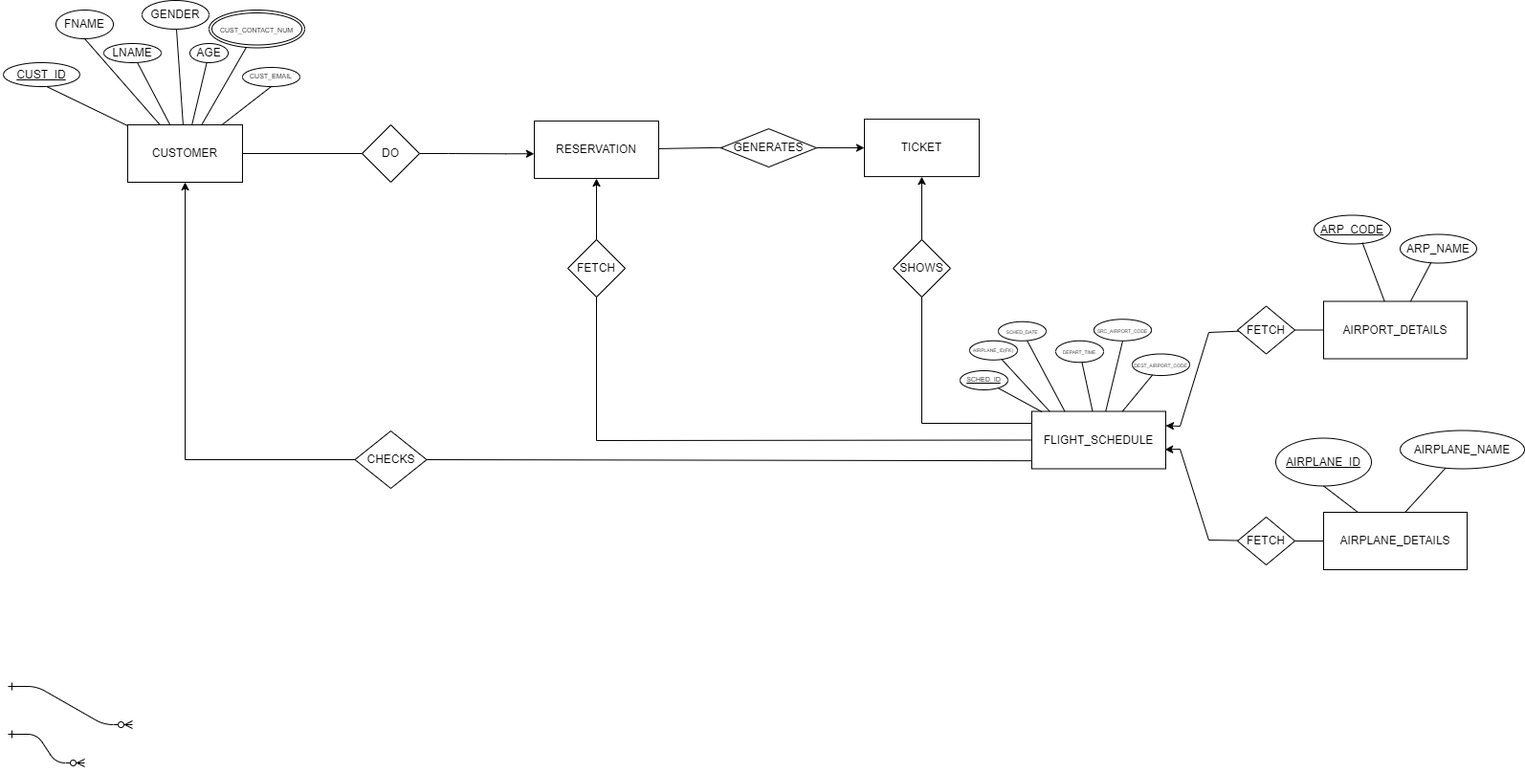
Before: AIRLINE RESERVATION SYSTEM.drawio.png, a diagram exported from draw.io (abhinav162/Diagrams). Source tidied: cells renumbered, new cells last; positions are measured from the earlier drawing's top-left corner, leaving out a move shared by most shapes.
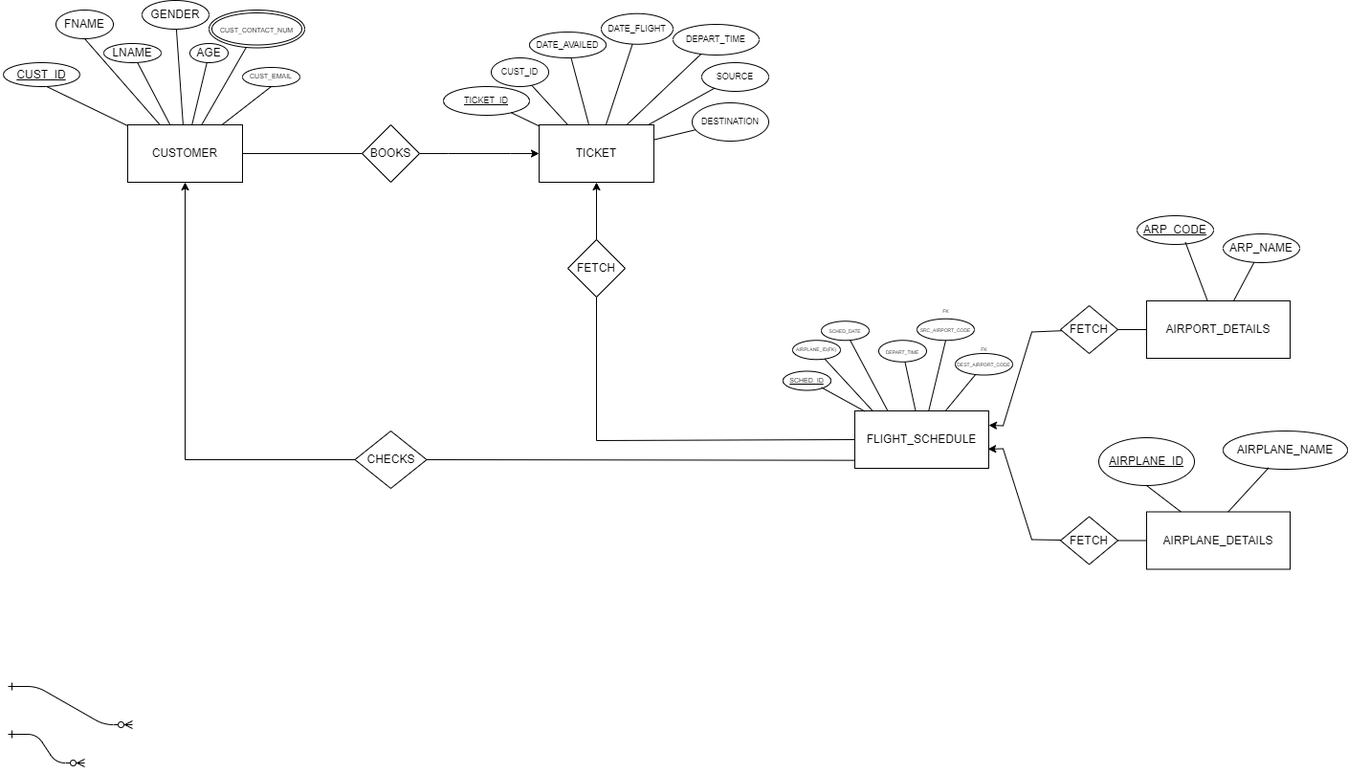
The same diagram one commit later.

The edit, as a diff of the source:
```diff
@@ -18,20 +18,17 @@
       <mxGeometry x="130" y="130" width="120" height="60" as="geometry" />
     </mxCell>
     <mxCell id="5" value="AIRPORT_DETAILS" style="rounded=0;whiteSpace=wrap;html=1;" parent="1" vertex="1">
-      <mxGeometry x="1380" y="314.5" width="150" height="60" as="geometry" />
+      <mxGeometry x="1195" y="314" width="150" height="60" as="geometry" />
     </mxCell>
     <mxCell id="6" value="AIRPLANE_DETAILS" style="rounded=0;whiteSpace=wrap;html=1;" parent="1" vertex="1">
-      <mxGeometry x="1380" y="535" width="150" height="60" as="geometry" />
+      <mxGeometry x="1195" y="534.5" width="150" height="60" as="geometry" />
     </mxCell>
     <mxCell id="7" value="FLIGHT_SCHEDULE" style="rounded=0;whiteSpace=wrap;html=1;" parent="1" vertex="1">
-      <mxGeometry x="1075" y="429.5" width="140" height="60" as="geometry" />
+      <mxGeometry x="890" y="429" width="140" height="60" as="geometry" />
     </mxCell>
     <mxCell id="8" value="TICKET" style="rounded=0;whiteSpace=wrap;html=1;" parent="1" vertex="1">
-      <mxGeometry x="900" y="124.1" width="120" height="60" as="geometry" />
+      <mxGeometry x="560" y="130" width="120" height="60" as="geometry" />
     </mxCell>
-    <mxCell id="9" value="RESERVATION" style="rounded=0;whiteSpace=wrap;html=1;" parent="1" vertex="1">
-      <mxGeometry x="555" y="126.1" width="130" height="60" as="geometry" />
-    </mxCell>
     <mxCell id="10" value="&lt;u&gt;CUST_ID&lt;/u&gt;" style="ellipse;whiteSpace=wrap;html=1;" parent="1" vertex="1">
       <mxGeometry y="65" width="80" height="25" as="geometry" />
     </mxCell>
@@ -48,37 +45,38 @@
       <mxGeometry x="195" y="45" width="40" height="20" as="geometry" />
     </mxCell>
     <mxCell id="15" value="&lt;u&gt;ARP_CODE&lt;/u&gt;" style="ellipse;whiteSpace=wrap;html=1;" parent="1" vertex="1">
-      <mxGeometry x="1370" y="224.5" width="80" height="30" as="geometry" />
+      <mxGeometry x="1185" y="225" width="80" height="30" as="geometry" />
     </mxCell>
     <mxCell id="16" value="ARP_NAME" style="ellipse;whiteSpace=wrap;html=1;" parent="1" vertex="1">
-      <mxGeometry x="1460" y="244.5" width="80" height="30" as="geometry" />
+      <mxGeometry x="1275" y="244" width="80" height="30" as="geometry" />
     </mxCell>
     <mxCell id="17" value="&lt;u&gt;AIRPLANE_ID&lt;br&gt;&lt;/u&gt;" style="ellipse;whiteSpace=wrap;html=1;" parent="1" vertex="1">
-      <mxGeometry x="1330" y="457.5" width="100" height="50" as="geometry" />
+      <mxGeometry x="1145" y="457" width="100" height="50" as="geometry" />
     </mxCell>
     <mxCell id="18" value="AIRPLANE_NAME" style="ellipse;whiteSpace=wrap;html=1;" parent="1" vertex="1">
-      <mxGeometry x="1460" y="449.5" width="130" height="40" as="geometry" />
+      <mxGeometry x="1275" y="450" width="130" height="40" as="geometry" />
     </mxCell>
-    <mxCell id="19" style="edgeStyle=entityRelationEdgeStyle;rounded=0;jettySize=auto;html=1;exitX=1;exitY=0.5;exitDx=0;exitDy=0;entryX=-0.001;entryY=0.57;entryDx=0;entryDy=0;entryPerimeter=0;" parent="1" edge="1" source="20" target="9">
-      <mxGeometry relative="1" as="geometry" />
-    </mxCell>
+    <mxCell id="65" style="edgeStyle=entityRelationEdgeStyle;rounded=0;jettySize=auto;html=1;fontSize=9;" parent="1" edge="1" source="20" target="8">
+      <mxGeometry relative="1" as="geometry" />
+    </mxCell>
-    <mxCell id="20" value="DO" style="rhombus;whiteSpace=wrap;html=1;" parent="1" vertex="1">
+    <mxCell id="20" value="BOOKS" style="rhombus;whiteSpace=wrap;html=1;" parent="1" vertex="1">
       <mxGeometry x="375" y="130" width="60" height="60" as="geometry" />
     </mxCell>
-    <mxCell id="21" value="GENERATES" style="rhombus;whiteSpace=wrap;html=1;" parent="1" vertex="1">
-      <mxGeometry x="750" y="134.1" width="100" height="40" as="geometry" />
-    </mxCell>
     <mxCell id="22" value="CHECKS" style="rhombus;whiteSpace=wrap;html=1;" parent="1" vertex="1">
       <mxGeometry x="367.5" y="450" width="75" height="60" as="geometry" />
     </mxCell>
     <mxCell id="23" style="endArrow=none;html=1;rounded=0;entryX=0.5;entryY=1;entryDx=0;entryDy=0;" parent="1" edge="1" source="6" target="17">
       <mxGeometry relative="1" as="geometry" />
     </mxCell>
-    <mxCell id="24" style="endArrow=none;html=1;rounded=0;exitX=0.569;exitY=-0.002;exitDx=0;exitDy=0;exitPerimeter=0;" parent="1" edge="1" source="6" target="18">
-      <mxGeometry relative="1" as="geometry" />
+    <mxCell id="24" style="endArrow=none;html=1;rounded=0;exitX=0.569;exitY=-0.002;exitDx=0;exitDy=0;exitPerimeter=0;" parent="1" edge="1" source="6">
+      <mxGeometry relative="1" as="geometry">
+        <mxPoint x="1322.7" y="488.3" as="targetPoint" />
+      </mxGeometry>
     </mxCell>
-    <mxCell id="25" style="endArrow=none;html=1;rounded=0;entryX=0.632;entryY=0.958;entryDx=0;entryDy=0;entryPerimeter=0;" parent="1" edge="1" source="5" target="15">
-      <mxGeometry relative="1" as="geometry" />
+    <mxCell id="25" style="endArrow=none;html=1;rounded=0;entryX=0.632;entryY=0.958;entryDx=0;entryDy=0;entryPerimeter=0;" parent="1" edge="1" source="5">
+      <mxGeometry relative="1" as="geometry">
+        <mxPoint x="1235.6" y="252.7" as="targetPoint" />
+      </mxGeometry>
     </mxCell>
     <mxCell id="26" style="endArrow=none;html=1;rounded=0;" parent="1" edge="1" source="5" target="16">
       <mxGeometry relative="1" as="geometry" />
@@ -101,9 +99,6 @@
     <mxCell id="32" style="endArrow=none;html=1;rounded=0;entryX=0;entryY=0.5;entryDx=0;entryDy=0;" parent="1" edge="1" source="4" target="20">
       <mxGeometry relative="1" as="geometry" />
     </mxCell>
-    <mxCell id="33" style="endArrow=none;html=1;rounded=0;entryX=0.019;entryY=0.492;entryDx=0;entryDy=0;entryPerimeter=0;" parent="1" edge="1" source="9" target="21">
-      <mxGeometry relative="1" as="geometry" />
-    </mxCell>
     <mxCell id="34" style="endArrow=classic;html=1;rounded=0;entryX=0.5;entryY=1;entryDx=0;entryDy=0;exitX=0;exitY=0.5;exitDx=0;exitDy=0;" parent="1" edge="1" source="22" target="4">
       <mxGeometry relative="1" as="geometry">
         <Array as="points">
@@ -114,12 +109,6 @@
     <mxCell id="35" style="endArrow=none;html=1;rounded=0;entryX=-0.004;entryY=0.861;entryDx=0;entryDy=0;exitX=1;exitY=0.5;exitDx=0;exitDy=0;entryPerimeter=0;" parent="1" edge="1" source="22" target="7">
       <mxGeometry relative="1" as="geometry" />
     </mxCell>
-    <mxCell id="36" value="SHOWS" style="rhombus;whiteSpace=wrap;html=1;" parent="1" vertex="1">
-      <mxGeometry x="930" y="250" width="60" height="60" as="geometry" />
-    </mxCell>
-    <mxCell id="37" style="endArrow=classic;html=1;rounded=0;entryX=0.5;entryY=1;entryDx=0;entryDy=0;" parent="1" edge="1" source="36" target="8">
-      <mxGeometry relative="1" as="geometry" />
-    </mxCell>
     <mxCell id="38" style="endArrow=none;html=1;rounded=0;entryX=0.5;entryY=1;entryDx=0;entryDy=0;exitX=0;exitY=0.5;exitDx=0;exitDy=0;" parent="1" edge="1" source="7" target="39">
       <mxGeometry relative="1" as="geometry">
         <Array as="points">
@@ -130,35 +119,28 @@
     <mxCell id="39" value="FETCH" style="rhombus;whiteSpace=wrap;html=1;" parent="1" vertex="1">
       <mxGeometry x="590" y="250" width="60" height="60" as="geometry" />
     </mxCell>
-    <mxCell id="40" style="endArrow=classic;html=1;rounded=0;entryX=0.5;entryY=1;entryDx=0;entryDy=0;" parent="1" edge="1" source="39" target="9">
+    <mxCell id="40" style="endArrow=classic;html=1;rounded=0;" parent="1" edge="1" source="39" target="8">
       <mxGeometry relative="1" as="geometry" />
     </mxCell>
-    <mxCell id="41" style="endArrow=none;html=1;rounded=0;exitX=0.001;exitY=0.208;exitDx=0;exitDy=0;exitPerimeter=0;" parent="1" edge="1" source="7" target="36">
-      <mxGeometry relative="1" as="geometry">
-        <Array as="points">
-          <mxPoint x="960" y="442" />
-        </Array>
-      </mxGeometry>
-    </mxCell>
     <mxCell id="42" value="FETCH" style="rhombus;whiteSpace=wrap;html=1;" parent="1" vertex="1">
-      <mxGeometry x="1290" y="319.5" width="60" height="50" as="geometry" />
+      <mxGeometry x="1105" y="319" width="60" height="50" as="geometry" />
     </mxCell>
     <mxCell id="43" value="FETCH" style="rhombus;whiteSpace=wrap;html=1;" parent="1" vertex="1">
-      <mxGeometry x="1290" y="540" width="60" height="50" as="geometry" />
+      <mxGeometry x="1105" y="539.5" width="60" height="50" as="geometry" />
     </mxCell>
     <mxCell id="44" style="endArrow=classic;html=1;rounded=0;entryX=1;entryY=0.25;entryDx=0;entryDy=0;" parent="1" edge="1" source="42" target="7">
       <mxGeometry relative="1" as="geometry">
         <Array as="points">
-          <mxPoint x="1260" y="347" />
-          <mxPoint x="1230" y="445" />
+          <mxPoint x="1075" y="346.5" />
+          <mxPoint x="1045" y="444.5" />
         </Array>
       </mxGeometry>
     </mxCell>
     <mxCell id="45" style="endArrow=classic;html=1;rounded=0;entryX=0.994;entryY=0.665;entryDx=0;entryDy=0;entryPerimeter=0;" parent="1" edge="1" source="43" target="7">
       <mxGeometry relative="1" as="geometry">
         <Array as="points">
-          <mxPoint x="1260" y="564" />
-          <mxPoint x="1230" y="469" />
+          <mxPoint x="1075" y="563.5" />
+          <mxPoint x="1045" y="468.5" />
         </Array>
       </mxGeometry>
     </mxCell>
@@ -168,11 +150,6 @@
     <mxCell id="47" style="endArrow=none;html=1;rounded=0;entryX=0;entryY=0.5;entryDx=0;entryDy=0;" parent="1" edge="1" source="42" target="5">
       <mxGeometry relative="1" as="geometry" />
     </mxCell>
-    <mxCell id="48" style="endArrow=classic;html=1;rounded=0;" parent="1" edge="1" target="8">
-      <mxGeometry relative="1" as="geometry">
-        <mxPoint x="850" y="154" as="sourcePoint" />
-      </mxGeometry>
-    </mxCell>
     <mxCell id="49" value="&lt;font style=&quot;font-size: 7px;&quot;&gt;CUST_CONTACT_NUM&lt;/font&gt;" style="ellipse;shape=doubleEllipse;margin=3;whiteSpace=wrap;html=1;align=center;" parent="1" vertex="1">
       <mxGeometry x="215" y="10" width="100" height="39.5" as="geometry" />
     </mxCell>
@@ -186,38 +163,40 @@
       <mxGeometry relative="1" as="geometry" />
     </mxCell>
     <mxCell id="53" value="SCHED_ID" style="ellipse;whiteSpace=wrap;html=1;align=center;fontStyle=4;fontSize=7;" parent="1" vertex="1">
-      <mxGeometry x="1000" y="387" width="50" height="20" as="geometry" />
+      <mxGeometry x="815" y="387.5" width="50" height="20" as="geometry" />
     </mxCell>
-    <mxCell id="54" style="endArrow=none;html=1;rounded=0;fontSize=7;entryX=0.075;entryY=0.008;entryDx=0;entryDy=0;entryPerimeter=0;" parent="1" edge="1" source="53" target="7">
-      <mxGeometry relative="1" as="geometry" />
+    <mxCell id="54" style="endArrow=none;html=1;rounded=0;fontSize=7;entryX=0.075;entryY=0.008;entryDx=0;entryDy=0;entryPerimeter=0;" parent="1" edge="1" target="7">
+      <mxGeometry relative="1" as="geometry">
+        <mxPoint x="855.1" y="404.5" as="sourcePoint" />
+      </mxGeometry>
     </mxCell>
     <mxCell id="55" value="&lt;font style=&quot;font-size: 5px;&quot;&gt;AIRPLANE_ID(FK)&lt;/font&gt;" style="ellipse;whiteSpace=wrap;html=1;align=center;fontSize=7;" parent="1" vertex="1">
-      <mxGeometry x="1010" y="355.8" width="50" height="20" as="geometry" />
+      <mxGeometry x="825" y="355.2" width="50" height="20" as="geometry" />
     </mxCell>
     <mxCell id="56" value="SCHED_DATE" style="ellipse;whiteSpace=wrap;html=1;align=center;fontSize=5;" parent="1" vertex="1">
-      <mxGeometry x="1040" y="335.8" width="50" height="20" as="geometry" />
+      <mxGeometry x="855" y="335.2" width="50" height="20" as="geometry" />
     </mxCell>
     <mxCell id="57" style="endArrow=none;html=1;rounded=0;fontSize=5;" parent="1" edge="1" source="55">
       <mxGeometry relative="1" as="geometry">
-        <mxPoint x="1093.7" y="429.5" as="targetPoint" />
+        <mxPoint x="908.7" y="429" as="targetPoint" />
       </mxGeometry>
     </mxCell>
     <mxCell id="58" style="endArrow=none;html=1;rounded=0;fontSize=5;" parent="1" edge="1" target="56">
       <mxGeometry relative="1" as="geometry">
-        <mxPoint x="1109.5" y="429.5" as="sourcePoint" />
+        <mxPoint x="924.5" y="429" as="sourcePoint" />
       </mxGeometry>
     </mxCell>
     <mxCell id="59" value="DEPART_TIME" style="ellipse;whiteSpace=wrap;html=1;align=center;fontSize=5;" parent="1" vertex="1">
-      <mxGeometry x="1100" y="355.8" width="50" height="22.5" as="geometry" />
+      <mxGeometry x="915" y="355.2" width="50" height="22.5" as="geometry" />
     </mxCell>
     <mxCell id="60" style="endArrow=none;html=1;rounded=0;fontSize=5;" parent="1" edge="1" source="7" target="59">
       <mxGeometry relative="1" as="geometry" />
     </mxCell>
     <mxCell id="61" value="SRC_AIRPORT_CODE" style="ellipse;whiteSpace=wrap;html=1;align=center;fontSize=5;" parent="1" vertex="1">
-      <mxGeometry x="1140" y="333.2" width="60" height="22.5" as="geometry" />
+      <mxGeometry x="955" y="332.8" width="60" height="22.5" as="geometry" />
     </mxCell>
     <mxCell id="62" value="DEST_AIRPORT_CODE" style="ellipse;whiteSpace=wrap;html=1;align=center;fontSize=5;" parent="1" vertex="1">
-      <mxGeometry x="1180" y="369.5" width="60" height="22.5" as="geometry" />
+      <mxGeometry x="995" y="369" width="60" height="22.5" as="geometry" />
     </mxCell>
     <mxCell id="63" style="endArrow=none;html=1;rounded=0;fontSize=5;entryX=0.5;entryY=1;entryDx=0;entryDy=0;" parent="1" edge="1" source="7" target="61">
       <mxGeometry relative="1" as="geometry" />
@@ -225,5 +204,53 @@
     <mxCell id="64" style="endArrow=none;html=1;rounded=0;fontSize=5;" parent="1" edge="1" source="62" target="7">
       <mxGeometry relative="1" as="geometry" />
     </mxCell>
+    <mxCell id="66" value="FK" style="text;html=1;align=center;verticalAlign=middle;strokeColor=none;fillColor=none;fontSize=5;" parent="1" vertex="1">
+      <mxGeometry x="970" y="314" width="30" height="20" as="geometry" />
+    </mxCell>
+    <mxCell id="67" value="FK" style="text;html=1;align=center;verticalAlign=middle;strokeColor=none;fillColor=none;fontSize=5;" parent="1" vertex="1">
+      <mxGeometry x="1010" y="354" width="30" height="20" as="geometry" />
+    </mxCell>
+    <mxCell id="68" value="&lt;u&gt;TICKET_ID&lt;/u&gt;" style="ellipse;whiteSpace=wrap;html=1;fontSize=9;" parent="1" vertex="1">
+      <mxGeometry x="460" y="90" width="90" height="30" as="geometry" />
+    </mxCell>
+    <mxCell id="69" value="CUST_ID" style="ellipse;whiteSpace=wrap;html=1;fontSize=9;" parent="1" vertex="1">
+      <mxGeometry x="510" y="60" width="60" height="30" as="geometry" />
+    </mxCell>
+    <mxCell id="70" value="DATE_AVAILED" style="ellipse;whiteSpace=wrap;html=1;fontSize=9;" parent="1" vertex="1">
+      <mxGeometry x="550" y="33" width="80" height="27" as="geometry" />
+    </mxCell>
+    <mxCell id="71" value="DATE_FLIGHT" style="ellipse;whiteSpace=wrap;html=1;fontSize=9;" parent="1" vertex="1">
+      <mxGeometry x="625" y="13.8" width="75" height="32" as="geometry" />
+    </mxCell>
+    <mxCell id="72" value="DEPART_TIME" style="ellipse;whiteSpace=wrap;html=1;fontSize=9;" parent="1" vertex="1">
+      <mxGeometry x="700" y="25" width="90" height="32" as="geometry" />
+    </mxCell>
+    <mxCell id="73" value="SOURCE" style="ellipse;whiteSpace=wrap;html=1;fontSize=9;" parent="1" vertex="1">
+      <mxGeometry x="730" y="65" width="70" height="30" as="geometry" />
+    </mxCell>
+    <mxCell id="74" value="DESTINATION" style="ellipse;whiteSpace=wrap;html=1;fontSize=9;" parent="1" vertex="1">
+      <mxGeometry x="720" y="107" width="80" height="40" as="geometry" />
+    </mxCell>
+    <mxCell id="75" style="endArrow=none;html=1;rounded=0;fontSize=9;" parent="1" edge="1" source="8" target="68">
+      <mxGeometry relative="1" as="geometry" />
+    </mxCell>
+    <mxCell id="76" style="endArrow=none;html=1;rounded=0;fontSize=9;exitX=0.25;exitY=0;exitDx=0;exitDy=0;" parent="1" edge="1" source="8" target="69">
+      <mxGeometry relative="1" as="geometry" />
+    </mxCell>
+    <mxCell id="77" style="endArrow=none;html=1;rounded=0;fontSize=9;" parent="1" edge="1" source="8" target="70">
+      <mxGeometry relative="1" as="geometry" />
+    </mxCell>
+    <mxCell id="78" style="endArrow=none;html=1;rounded=0;fontSize=9;" parent="1" edge="1" source="8" target="71">
+      <mxGeometry relative="1" as="geometry" />
+    </mxCell>
+    <mxCell id="79" style="endArrow=none;html=1;rounded=0;fontSize=9;" parent="1" edge="1" source="8" target="72">
+      <mxGeometry relative="1" as="geometry" />
+    </mxCell>
+    <mxCell id="80" style="endArrow=none;html=1;rounded=0;fontSize=9;" parent="1" edge="1" source="8" target="73">
+      <mxGeometry relative="1" as="geometry" />
+    </mxCell>
+    <mxCell id="81" style="endArrow=none;html=1;rounded=0;fontSize=9;" parent="1" edge="1" source="8" target="74">
+      <mxGeometry relative="1" as="geometry" />
+    </mxCell>
   </root>
 </mxGraphModel>
```
